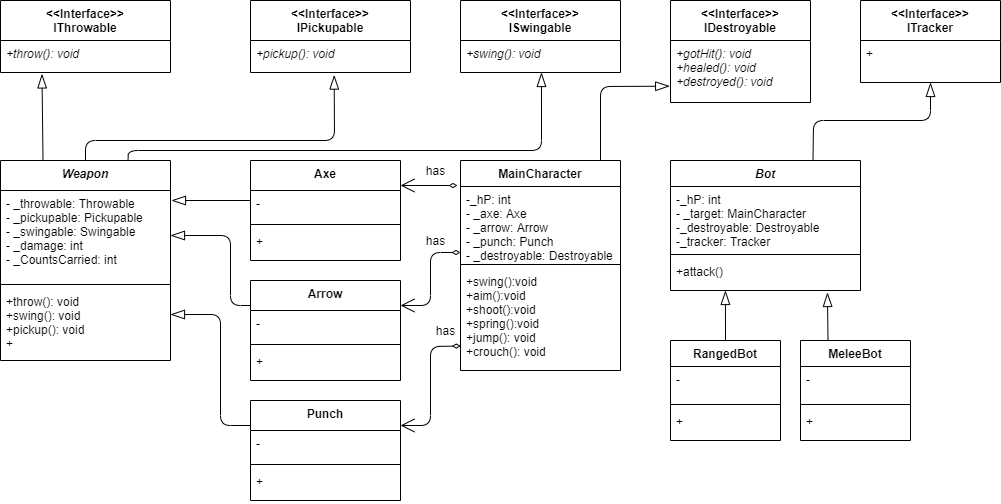
Earlier version of the draw.io export MAN No state machine.png (Benyamin-A/MAN). Source tidied: cells renumbered, new cells last; positions are measured from the earlier drawing's top-left corner, leaving out a move shared by most shapes. The source it was exported from:
```xml
<mxGraphModel>
  <root>
    <mxCell id="0" />
    <mxCell id="1" parent="0" />
    <mxCell id="2" value="MainCharacter" style="swimlane;fontStyle=1;align=center;verticalAlign=top;horizontal=1;startSize=26;" parent="1" vertex="1">
      <mxGeometry x="460" y="160" width="160" height="210" as="geometry" />
    </mxCell>
    <mxCell id="3" value="-_hP: int&#10;- _axe: Axe&#10;- _arrow: Arrow&#10;- _punch: Punch&#10;- _destroyable: Destroyable&#10;" style="text;strokeColor=none;fillColor=none;align=left;verticalAlign=top;spacingLeft=4;spacingRight=4;overflow=hidden;points=[[0,0.5],[1,0.5]];portConstraint=eastwest;" parent="2" vertex="1">
      <mxGeometry y="26" width="160" height="74" as="geometry" />
    </mxCell>
    <mxCell id="4" style="line;strokeWidth=1;fillColor=none;align=left;verticalAlign=middle;spacingTop=-1;spacingLeft=3;spacingRight=3;labelPosition=right;" parent="2" vertex="1">
      <mxGeometry y="100" width="160" height="8" as="geometry" />
    </mxCell>
    <mxCell id="5" value="+swing():void&#10;+aim():void&#10;+shoot():void&#10;+spring():void&#10;+jump(): void&#10;+crouch(): void&#10;&#10;" style="text;strokeColor=none;fillColor=none;align=left;verticalAlign=top;spacingLeft=4;spacingRight=4;overflow=hidden;points=[[0,0.5],[1,0.5]];portConstraint=eastwest;" parent="2" vertex="1">
      <mxGeometry y="108" width="160" height="102" as="geometry" />
    </mxCell>
    <mxCell id="6" value="&lt;&lt;Interface&gt;&gt;&#10;ISwingable" style="swimlane;fontStyle=1;align=center;verticalAlign=top;horizontal=1;startSize=40;" parent="1" vertex="1">
      <mxGeometry x="460" width="160" height="72" as="geometry" />
    </mxCell>
    <mxCell id="7" value="+swing(): void" style="text;strokeColor=none;fillColor=none;align=left;verticalAlign=top;spacingLeft=4;spacingRight=4;overflow=hidden;points=[[0,0.5],[1,0.5]];portConstraint=eastwest;fontStyle=2;" parent="6" vertex="1">
      <mxGeometry y="40" width="160" height="32" as="geometry" />
    </mxCell>
    <mxCell id="8" value="&lt;&lt;Interface&gt;&gt;&#10;IPickupable" style="swimlane;fontStyle=1;align=center;verticalAlign=top;horizontal=1;startSize=40;" parent="1" vertex="1">
      <mxGeometry x="250" width="160" height="72" as="geometry" />
    </mxCell>
    <mxCell id="9" value="+pickup(): void" style="text;strokeColor=none;fillColor=none;align=left;verticalAlign=top;spacingLeft=4;spacingRight=4;overflow=hidden;points=[[0,0.5],[1,0.5]];portConstraint=eastwest;fontStyle=2;" parent="8" vertex="1">
      <mxGeometry y="40" width="160" height="32" as="geometry" />
    </mxCell>
    <mxCell id="10" value="&lt;&lt;Interface&gt;&gt;&#10;IThrowable" style="swimlane;fontStyle=1;align=center;verticalAlign=top;horizontal=1;startSize=40;" parent="1" vertex="1">
      <mxGeometry width="170" height="72" as="geometry" />
    </mxCell>
    <mxCell id="11" value="+throw(): void" style="text;strokeColor=none;fillColor=none;align=left;verticalAlign=top;spacingLeft=4;spacingRight=4;overflow=hidden;points=[[0,0.5],[1,0.5]];portConstraint=eastwest;fontStyle=2;" parent="10" vertex="1">
      <mxGeometry y="40" width="170" height="32" as="geometry" />
    </mxCell>
    <mxCell id="12" value="Weapon" style="swimlane;fontStyle=3;align=center;verticalAlign=top;horizontal=1;startSize=30;" parent="1" vertex="1">
      <mxGeometry y="160" width="170" height="200" as="geometry" />
    </mxCell>
    <mxCell id="13" value="- _throwable: Throwable&#10;- _pickupable: Pickupable&#10;- _swingable: Swingable&#10;- _damage: int&#10;- _CountsCarried: int" style="text;strokeColor=none;fillColor=none;align=left;verticalAlign=top;spacingLeft=4;spacingRight=4;overflow=hidden;points=[[0,0.5],[1,0.5]];portConstraint=eastwest;" parent="12" vertex="1">
      <mxGeometry y="30" width="170" height="90" as="geometry" />
    </mxCell>
    <mxCell id="14" style="line;strokeWidth=1;fillColor=none;align=left;verticalAlign=middle;spacingTop=-1;spacingLeft=3;spacingRight=3;labelPosition=right;" parent="12" vertex="1">
      <mxGeometry y="120" width="170" height="8" as="geometry" />
    </mxCell>
    <mxCell id="15" value="+throw(): void &#10;+swing(): void&#10;+pickup(): void&#10;+" style="text;strokeColor=none;fillColor=none;align=left;verticalAlign=top;spacingLeft=4;spacingRight=4;overflow=hidden;fontStyle=0;" parent="12" vertex="1">
      <mxGeometry y="128" width="170" height="72" as="geometry" />
    </mxCell>
    <mxCell id="16" style="endArrow=blockThin;endFill=0;endSize=12;html=1;fontColor=#FFFFFF;exitX=0.25;exitY=0;exitDx=0;exitDy=0;entryX=0.244;entryY=1.045;entryDx=0;entryDy=0;entryPerimeter=0;" parent="1" edge="1" source="12" target="11">
      <mxGeometry relative="1" as="geometry" />
    </mxCell>
    <mxCell id="17" style="endArrow=blockThin;endFill=0;endSize=12;html=1;fontColor=#FFFFFF;exitX=0.5;exitY=0;exitDx=0;exitDy=0;entryX=0.523;entryY=1.08;entryDx=0;entryDy=0;entryPerimeter=0;" parent="1" edge="1" source="12" target="9">
      <mxGeometry relative="1" as="geometry">
        <Array as="points">
          <mxPoint x="85" y="140" />
          <mxPoint x="334" y="140" />
        </Array>
      </mxGeometry>
    </mxCell>
    <mxCell id="18" style="endArrow=blockThin;endFill=0;endSize=12;html=1;fontColor=#FFFFFF;exitX=0.75;exitY=0;exitDx=0;exitDy=0;entryX=0.506;entryY=1;entryDx=0;entryDy=0;entryPerimeter=0;" parent="1" edge="1" source="12" target="7">
      <mxGeometry relative="1" as="geometry">
        <Array as="points">
          <mxPoint x="128" y="150" />
          <mxPoint x="541" y="150" />
        </Array>
      </mxGeometry>
    </mxCell>
    <mxCell id="19" value="&lt;&lt;Interface&gt;&gt;&#10;IDestroyable" style="swimlane;fontStyle=1;align=center;verticalAlign=top;horizontal=1;startSize=40;" parent="1" vertex="1">
      <mxGeometry x="670" width="140" height="102" as="geometry" />
    </mxCell>
    <mxCell id="20" value="+gotHit(): void&#10;+healed(): void&#10;+destroyed(): void" style="text;strokeColor=none;fillColor=none;align=left;verticalAlign=top;spacingLeft=4;spacingRight=4;overflow=hidden;points=[[0,0.5],[1,0.5]];portConstraint=eastwest;fontStyle=2;" parent="19" vertex="1">
      <mxGeometry y="40" width="140" height="62" as="geometry" />
    </mxCell>
    <mxCell id="21" value="Axe" style="swimlane;fontStyle=1;align=center;verticalAlign=top;horizontal=1;startSize=30;" parent="1" vertex="1">
      <mxGeometry x="250" y="160" width="150" height="100" as="geometry" />
    </mxCell>
    <mxCell id="22" value="-" style="text;strokeColor=none;fillColor=none;align=left;verticalAlign=top;spacingLeft=4;spacingRight=4;overflow=hidden;" parent="21" vertex="1">
      <mxGeometry y="30" width="150" height="30" as="geometry" />
    </mxCell>
    <mxCell id="23" style="line;strokeWidth=1;fillColor=none;align=left;verticalAlign=middle;spacingTop=-1;spacingLeft=3;spacingRight=3;labelPosition=right;" parent="21" vertex="1">
      <mxGeometry y="60" width="150" height="8" as="geometry" />
    </mxCell>
    <mxCell id="24" value="+" style="text;strokeColor=none;fillColor=none;align=left;verticalAlign=top;spacingLeft=4;spacingRight=4;overflow=hidden;" parent="21" vertex="1">
      <mxGeometry y="68" width="150" height="32" as="geometry" />
    </mxCell>
    <mxCell id="25" value="Arrow" style="swimlane;fontStyle=1;align=center;verticalAlign=top;horizontal=1;startSize=30;" parent="1" vertex="1">
      <mxGeometry x="250" y="280" width="150" height="100" as="geometry" />
    </mxCell>
    <mxCell id="26" value="-" style="text;strokeColor=none;fillColor=none;align=left;verticalAlign=top;spacingLeft=4;spacingRight=4;overflow=hidden;" parent="25" vertex="1">
      <mxGeometry y="30" width="150" height="30" as="geometry" />
    </mxCell>
    <mxCell id="27" style="line;strokeWidth=1;fillColor=none;align=left;verticalAlign=middle;spacingTop=-1;spacingLeft=3;spacingRight=3;labelPosition=right;" parent="25" vertex="1">
      <mxGeometry y="60" width="150" height="8" as="geometry" />
    </mxCell>
    <mxCell id="28" value="+" style="text;strokeColor=none;fillColor=none;align=left;verticalAlign=top;spacingLeft=4;spacingRight=4;overflow=hidden;" parent="25" vertex="1">
      <mxGeometry y="68" width="150" height="32" as="geometry" />
    </mxCell>
    <mxCell id="29" value="Punch" style="swimlane;fontStyle=1;align=center;verticalAlign=top;horizontal=1;startSize=30;" parent="1" vertex="1">
      <mxGeometry x="250" y="400" width="150" height="100" as="geometry" />
    </mxCell>
    <mxCell id="30" value="-" style="text;strokeColor=none;fillColor=none;align=left;verticalAlign=top;spacingLeft=4;spacingRight=4;overflow=hidden;" parent="29" vertex="1">
      <mxGeometry y="30" width="150" height="30" as="geometry" />
    </mxCell>
    <mxCell id="31" style="line;strokeWidth=1;fillColor=none;align=left;verticalAlign=middle;spacingTop=-1;spacingLeft=3;spacingRight=3;labelPosition=right;" parent="29" vertex="1">
      <mxGeometry y="60" width="150" height="8" as="geometry" />
    </mxCell>
    <mxCell id="32" value="+" style="text;strokeColor=none;fillColor=none;align=left;verticalAlign=top;spacingLeft=4;spacingRight=4;overflow=hidden;" parent="29" vertex="1">
      <mxGeometry y="68" width="150" height="32" as="geometry" />
    </mxCell>
    <mxCell id="33" style="endArrow=blockThin;endFill=0;endSize=12;html=1;fontColor=#FFFFFF;" parent="1" edge="1">
      <mxGeometry relative="1" as="geometry">
        <mxPoint x="250" y="200" as="sourcePoint" />
        <mxPoint x="171" y="200" as="targetPoint" />
      </mxGeometry>
    </mxCell>
    <mxCell id="34" style="endArrow=blockThin;endFill=0;endSize=12;html=1;fontColor=#FFFFFF;exitX=0;exitY=0.25;exitDx=0;exitDy=0;entryX=1;entryY=0.5;entryDx=0;entryDy=0;" parent="1" edge="1" source="25" target="13">
      <mxGeometry relative="1" as="geometry">
        <Array as="points">
          <mxPoint x="230" y="305" />
          <mxPoint x="230" y="235" />
        </Array>
      </mxGeometry>
    </mxCell>
    <mxCell id="35" style="endArrow=blockThin;endFill=0;endSize=12;html=1;fontColor=#FFFFFF;exitX=0;exitY=0.25;exitDx=0;exitDy=0;" parent="1" edge="1" source="29">
      <mxGeometry relative="1" as="geometry">
        <mxPoint x="170" y="314" as="targetPoint" />
        <Array as="points">
          <mxPoint x="220" y="425" />
          <mxPoint x="220" y="314" />
        </Array>
      </mxGeometry>
    </mxCell>
    <mxCell id="36" value="&lt;&lt;Interface&gt;&gt;&#10;ITracker" style="swimlane;fontStyle=1;align=center;verticalAlign=top;horizontal=1;startSize=40;" parent="1" vertex="1">
      <mxGeometry x="860" width="140" height="82" as="geometry" />
    </mxCell>
    <mxCell id="37" value="+" style="text;strokeColor=none;fillColor=none;align=left;verticalAlign=top;spacingLeft=4;spacingRight=4;overflow=hidden;points=[[0,0.5],[1,0.5]];portConstraint=eastwest;" parent="36" vertex="1">
      <mxGeometry y="40" width="140" height="42" as="geometry" />
    </mxCell>
    <mxCell id="38" value="Bot" style="swimlane;fontStyle=3;align=center;verticalAlign=top;horizontal=1;startSize=26;" parent="1" vertex="1">
      <mxGeometry x="670" y="160" width="190" height="130" as="geometry" />
    </mxCell>
    <mxCell id="39" value="-_hP: int&#10;- _target: MainCharacter &#10;-_destroyable: Destroyable&#10;-_tracker: Tracker&#10;-_" style="text;strokeColor=none;fillColor=none;align=left;verticalAlign=top;spacingLeft=4;spacingRight=4;overflow=hidden;" parent="38" vertex="1">
      <mxGeometry y="26" width="190" height="64" as="geometry" />
    </mxCell>
    <mxCell id="40" style="line;strokeWidth=1;fillColor=none;align=left;verticalAlign=middle;spacingTop=-1;spacingLeft=3;spacingRight=3;labelPosition=right;" parent="38" vertex="1">
      <mxGeometry y="90" width="190" height="8" as="geometry" />
    </mxCell>
    <mxCell id="41" value="+attack()" style="text;strokeColor=none;fillColor=none;align=left;verticalAlign=top;spacingLeft=4;spacingRight=4;overflow=hidden;points=[[0,0.5],[1,0.5]];portConstraint=eastwest;" parent="38" vertex="1">
      <mxGeometry y="98" width="190" height="32" as="geometry" />
    </mxCell>
    <mxCell id="42" value="MeleeBot" style="swimlane;fontStyle=1;align=center;verticalAlign=top;horizontal=1;startSize=26;" parent="1" vertex="1">
      <mxGeometry x="800" y="340" width="110" height="100" as="geometry" />
    </mxCell>
    <mxCell id="43" value="-" style="text;strokeColor=none;fillColor=none;align=left;verticalAlign=top;spacingLeft=4;spacingRight=4;overflow=hidden;" parent="42" vertex="1">
      <mxGeometry y="26" width="110" height="34" as="geometry" />
    </mxCell>
    <mxCell id="44" style="line;strokeWidth=1;fillColor=none;align=left;verticalAlign=middle;spacingTop=-1;spacingLeft=3;spacingRight=3;labelPosition=right;" parent="42" vertex="1">
      <mxGeometry y="60" width="110" height="8" as="geometry" />
    </mxCell>
    <mxCell id="45" value="+" style="text;strokeColor=none;fillColor=none;align=left;verticalAlign=top;spacingLeft=4;spacingRight=4;overflow=hidden;" parent="42" vertex="1">
      <mxGeometry y="68" width="110" height="32" as="geometry" />
    </mxCell>
    <mxCell id="46" value="RangedBot" style="swimlane;fontStyle=1;align=center;verticalAlign=top;horizontal=1;startSize=26;" parent="1" vertex="1">
      <mxGeometry x="670" y="340" width="110" height="100" as="geometry" />
    </mxCell>
    <mxCell id="47" value="-" style="text;strokeColor=none;fillColor=none;align=left;verticalAlign=top;spacingLeft=4;spacingRight=4;overflow=hidden;" parent="46" vertex="1">
      <mxGeometry y="26" width="110" height="34" as="geometry" />
    </mxCell>
    <mxCell id="48" style="line;strokeWidth=1;fillColor=none;align=left;verticalAlign=middle;spacingTop=-1;spacingLeft=3;spacingRight=3;labelPosition=right;" parent="46" vertex="1">
      <mxGeometry y="60" width="110" height="8" as="geometry" />
    </mxCell>
    <mxCell id="49" value="+" style="text;strokeColor=none;fillColor=none;align=left;verticalAlign=top;spacingLeft=4;spacingRight=4;overflow=hidden;" parent="46" vertex="1">
      <mxGeometry y="68" width="110" height="32" as="geometry" />
    </mxCell>
    <mxCell id="50" style="endArrow=open;endFill=1;endSize=12;html=1;fontColor=#FFFFFF;entryX=1;entryY=0.25;entryDx=0;entryDy=0;startArrow=diamondThin;startFill=0;" parent="1" edge="1" target="21">
      <mxGeometry relative="1" as="geometry">
        <mxPoint x="457" y="185" as="sourcePoint" />
      </mxGeometry>
    </mxCell>
    <mxCell id="51" style="endArrow=open;endFill=1;endSize=12;html=1;fontColor=#FFFFFF;entryX=1;entryY=0.25;entryDx=0;entryDy=0;startArrow=diamondThin;startFill=0;" parent="1" edge="1" target="25">
      <mxGeometry relative="1" as="geometry">
        <mxPoint x="460" y="252" as="sourcePoint" />
        <Array as="points">
          <mxPoint x="430" y="252" />
          <mxPoint x="430" y="305" />
        </Array>
      </mxGeometry>
    </mxCell>
    <mxCell id="52" style="endArrow=open;endFill=1;endSize=12;html=1;fontColor=#FFFFFF;exitX=0.002;exitY=0.76;exitDx=0;exitDy=0;entryX=1;entryY=0.25;entryDx=0;entryDy=0;exitPerimeter=0;startArrow=diamondThin;startFill=0;" parent="1" edge="1" source="5" target="29">
      <mxGeometry relative="1" as="geometry">
        <Array as="points">
          <mxPoint x="430" y="346" />
          <mxPoint x="430" y="425" />
        </Array>
      </mxGeometry>
    </mxCell>
    <mxCell id="53" style="endArrow=blockThin;endFill=0;endSize=12;html=1;fontColor=#FFFFFF;exitX=0.875;exitY=0;exitDx=0;exitDy=0;entryX=-0.006;entryY=0.737;entryDx=0;entryDy=0;exitPerimeter=0;entryPerimeter=0;" parent="1" edge="1" source="2" target="20">
      <mxGeometry relative="1" as="geometry">
        <Array as="points">
          <mxPoint x="600" y="86" />
        </Array>
      </mxGeometry>
    </mxCell>
    <mxCell id="54" style="endArrow=blockThin;endFill=0;endSize=12;html=1;fontColor=#FFFFFF;exitX=0.75;exitY=0;exitDx=0;exitDy=0;" parent="1" edge="1" source="38" target="37">
      <mxGeometry relative="1" as="geometry">
        <Array as="points">
          <mxPoint x="813" y="120" />
          <mxPoint x="930" y="120" />
        </Array>
      </mxGeometry>
    </mxCell>
    <mxCell id="55" style="endArrow=blockThin;endFill=0;endSize=12;html=1;fontColor=#FFFFFF;exitX=0.5;exitY=0;exitDx=0;exitDy=0;entryX=0.289;entryY=1;entryDx=0;entryDy=0;entryPerimeter=0;" parent="1" edge="1" source="46" target="41">
      <mxGeometry relative="1" as="geometry" />
    </mxCell>
    <mxCell id="56" style="endArrow=blockThin;endFill=0;endSize=12;html=1;fontColor=#FFFFFF;exitX=0.25;exitY=0;exitDx=0;exitDy=0;entryX=0.826;entryY=1.063;entryDx=0;entryDy=0;entryPerimeter=0;" parent="1" edge="1" source="42" target="41">
      <mxGeometry relative="1" as="geometry" />
    </mxCell>
    <mxCell id="57" value="&lt;font color=&quot;#000000&quot;&gt;has&lt;/font&gt;" style="text;html=1;align=center;verticalAlign=middle;fontColor=#FFFFFF;" parent="1" vertex="1">
      <mxGeometry x="420" y="160" width="30" height="20" as="geometry" />
    </mxCell>
    <mxCell id="58" value="&lt;font color=&quot;#000000&quot;&gt;has&lt;/font&gt;" style="text;html=1;align=center;verticalAlign=middle;fontColor=#FFFFFF;" parent="1" vertex="1">
      <mxGeometry x="420" y="230" width="30" height="20" as="geometry" />
    </mxCell>
    <mxCell id="59" value="&lt;font color=&quot;#000000&quot;&gt;has&lt;/font&gt;" style="text;html=1;align=center;verticalAlign=middle;fontColor=#FFFFFF;" parent="1" vertex="1">
      <mxGeometry x="430" y="320" width="30" height="20" as="geometry" />
    </mxCell>
  </root>
</mxGraphModel>
```
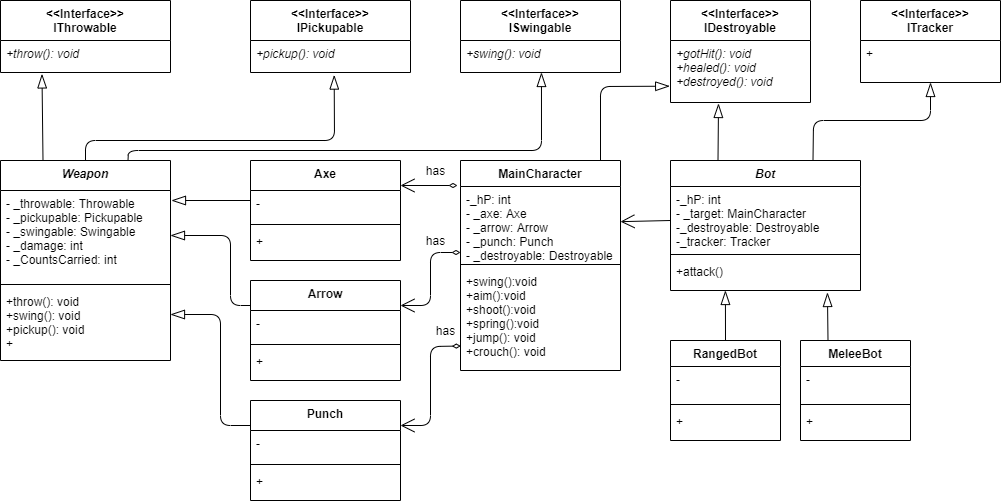
Later version of the same file.

What changed in the source:
```diff
@@ -222,5 +222,15 @@
     <mxCell id="59" value="&lt;font color=&quot;#000000&quot;&gt;has&lt;/font&gt;" style="text;html=1;align=center;verticalAlign=middle;fontColor=#FFFFFF;" parent="1" vertex="1">
       <mxGeometry x="430" y="320" width="30" height="20" as="geometry" />
     </mxCell>
+    <mxCell id="60" style="endArrow=blockThin;endFill=0;endSize=12;html=1;fontColor=#FFFFFF;exitX=0.25;exitY=0;exitDx=0;exitDy=0;" parent="1" edge="1" source="38">
+      <mxGeometry relative="1" as="geometry">
+        <mxPoint x="718" y="103" as="targetPoint" />
+      </mxGeometry>
+    </mxCell>
+    <mxCell id="61" style="endArrow=open;endFill=0;endSize=12;html=1;fontColor=#FFFFFF;" parent="1" edge="1" target="3">
+      <mxGeometry relative="1" as="geometry">
+        <mxPoint x="670" y="220" as="sourcePoint" />
+      </mxGeometry>
+    </mxCell>
   </root>
 </mxGraphModel>
```
